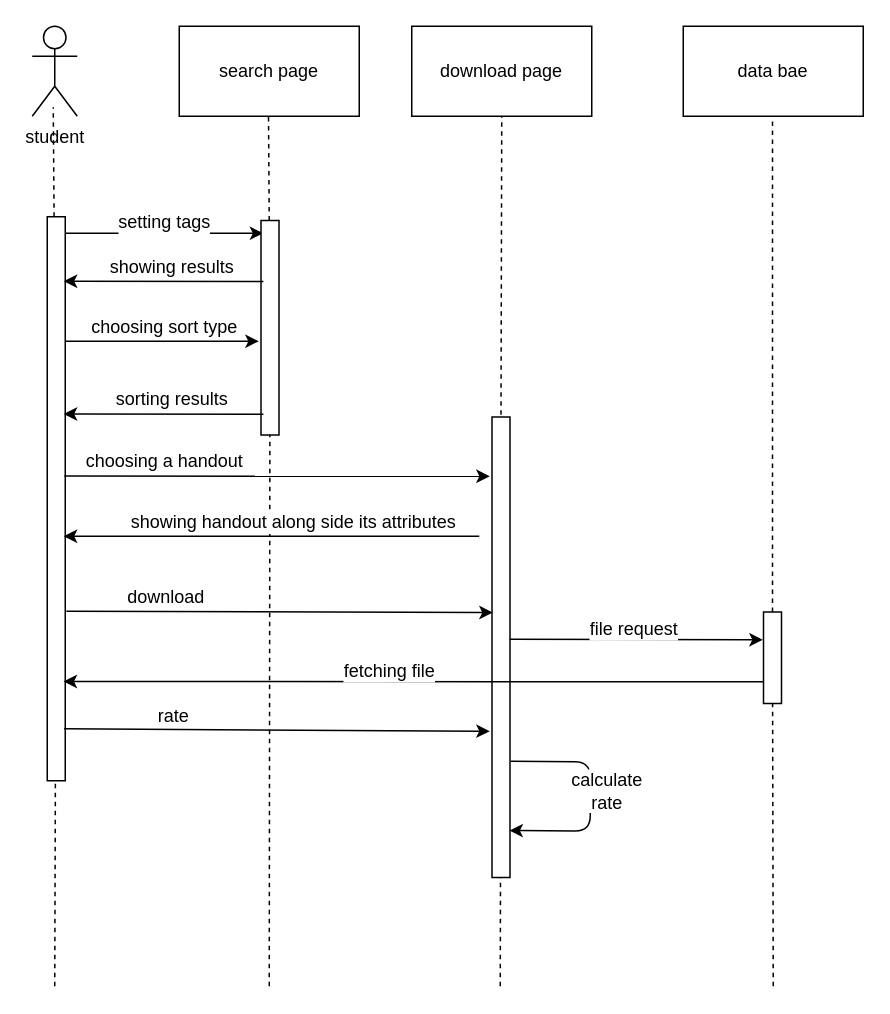
m-bassiri/HamyarApp keeps this draw.io diagram as sequence Diagram download handout.drawio. Above is the earlier version. Source tidied: cells renumbered, new cells numbered last; positions are measured from the earlier drawing's top-left corner, leaving out a move shared by most shapes. Both pictures are drawn from the tidied source at 150%, with x=0, y=0 at pixel (-226, 26).
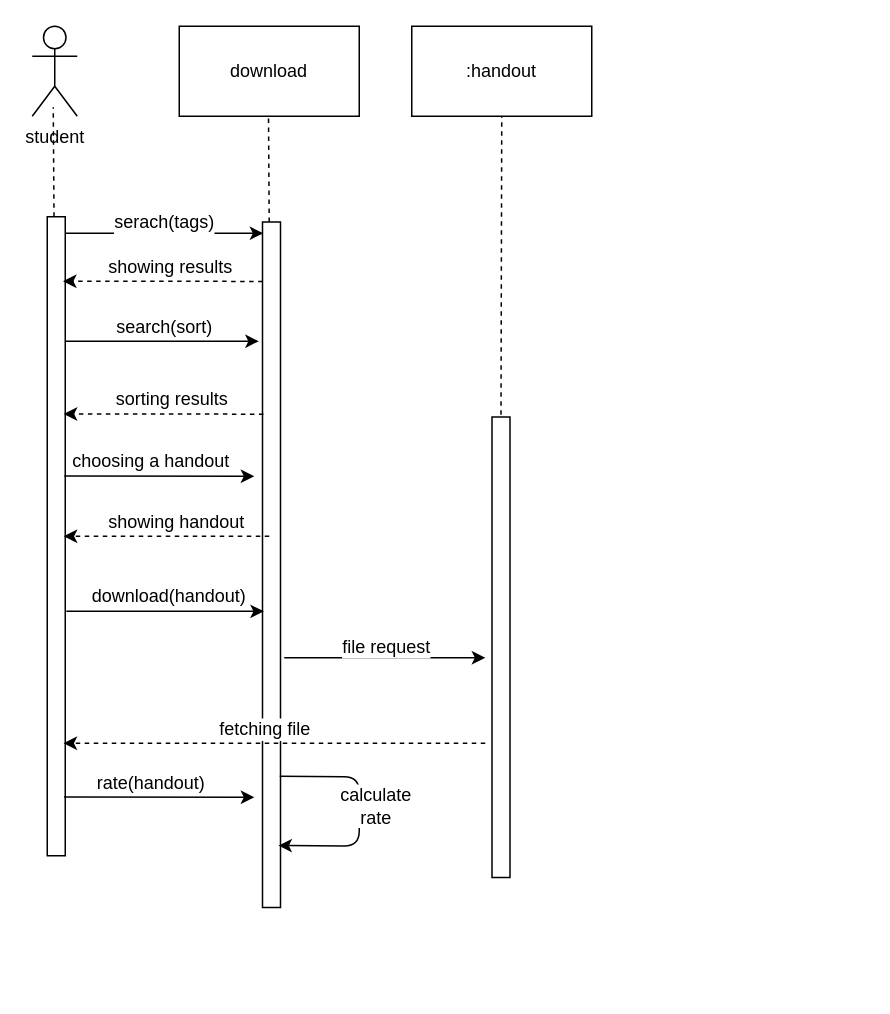
The same page after the edit.

The change refers to these unchanged cells:
```xml
<mxCell id="12" style="rounded=0;whiteSpace=wrap;html=1;rotation=-90;" parent="1" vertex="1">
  <mxGeometry x="331" y="408" width="307" height="12" as="geometry" />
</mxCell>
```

What changed in the source:
```diff
@@
-    <mxCell id="2" value="search page" style="rounded=0;whiteSpace=wrap;html=1;" parent="1" vertex="1">
-      <mxGeometry x="270" width="120" height="60" as="geometry" />
-    </mxCell>
+    <mxCell id="29" value="download" style="rounded=0;whiteSpace=wrap;html=1;" parent="1" vertex="1">
+      <mxGeometry x="270" width="120" height="60" as="geometry" />
+    </mxCell>
@@
-    <mxCell id="4" style="endArrow=none;dashed=1;html=1;" parent="1" edge="1" source="10">
-      <mxGeometry relative="1" as="geometry">
-        <mxPoint x="186" y="54" as="targetPoint" />
-      </mxGeometry>
-    </mxCell>
-    <mxCell id="5" style="endArrow=none;dashed=1;html=1;" parent="1" edge="1" source="14">
-      <mxGeometry relative="1" as="geometry">
-        <mxPoint x="329.5" y="60" as="targetPoint" />
-      </mxGeometry>
-    </mxCell>
-    <mxCell id="6" value="data bae" style="rounded=0;whiteSpace=wrap;html=1;" parent="1" vertex="1">
-      <mxGeometry x="606" width="120" height="60" as="geometry" />
-    </mxCell>
-    <mxCell id="7" style="endArrow=classic;html=1;" parent="1" edge="1">
-      <mxGeometry relative="1" as="geometry">
-        <mxPoint x="187" y="138" as="sourcePoint" />
-        <mxPoint x="326" y="138" as="targetPoint" />
-      </mxGeometry>
-    </mxCell>
-    <mxCell id="8" value="setting tags" style="text;html=1;align=center;verticalAlign=middle;labelBackgroundColor=#ffffff;" parent="7" vertex="1">
-      <mxGeometry x="-0.12" y="5" relative="1" as="geometry">
-        <mxPoint x="11.5" y="-3" as="offset" />
-      </mxGeometry>
-    </mxCell>
-    <mxCell id="9" style="endArrow=none;dashed=1;html=1;" parent="1" edge="1" source="34">
-      <mxGeometry relative="1" as="geometry">
-        <mxPoint x="665.5" y="60" as="targetPoint" />
-      </mxGeometry>
-    </mxCell>
-    <mxCell id="10" style="rounded=0;whiteSpace=wrap;html=1;rotation=-90;" parent="1" vertex="1">
-      <mxGeometry y="309" width="376" height="12" as="geometry" />
-    </mxCell>
-    <mxCell id="11" style="endArrow=none;dashed=1;html=1;" parent="1" edge="1" target="10">
-      <mxGeometry relative="1" as="geometry">
-        <mxPoint x="187" y="640" as="sourcePoint" />
-      </mxGeometry>
-    </mxCell>
+    <mxCell id="40" style="endArrow=none;dashed=1;html=1;" parent="1" edge="1" source="44">
+      <mxGeometry relative="1" as="geometry">
+        <mxPoint x="186" y="54" as="targetPoint" />
+      </mxGeometry>
+    </mxCell>
+    <mxCell id="41" style="endArrow=none;dashed=1;html=1;" parent="1" edge="1" source="45">
+      <mxGeometry relative="1" as="geometry">
+        <mxPoint x="329.5" y="60" as="targetPoint" />
+      </mxGeometry>
+    </mxCell>
+    <mxCell id="42" style="endArrow=classic;html=1;" parent="1" edge="1">
+      <mxGeometry relative="1" as="geometry">
+        <mxPoint x="187" y="138" as="sourcePoint" />
+        <mxPoint x="326" y="138" as="targetPoint" />
+      </mxGeometry>
+    </mxCell>
+    <mxCell id="43" value="serach(tags)" style="text;html=1;align=center;verticalAlign=middle;labelBackgroundColor=#ffffff;" parent="42" vertex="1">
+      <mxGeometry x="-0.12" y="5" relative="1" as="geometry">
+        <mxPoint x="11.5" y="-3" as="offset" />
+      </mxGeometry>
+    </mxCell>
+    <mxCell id="44" style="rounded=0;whiteSpace=wrap;html=1;rotation=-90;" parent="1" vertex="1">
+      <mxGeometry x="-25" y="334" width="426" height="12" as="geometry" />
+    </mxCell>
@@
-    <mxCell id="13" style="endArrow=none;dashed=1;html=1;" parent="1" edge="1" target="12">
-      <mxGeometry relative="1" as="geometry">
-        <mxPoint x="484" y="640" as="sourcePoint" />
-      </mxGeometry>
-    </mxCell>
-    <mxCell id="14" style="rounded=0;whiteSpace=wrap;html=1;rotation=-90;" parent="1" vertex="1">
-      <mxGeometry x="259" y="195" width="143" height="12" as="geometry" />
-    </mxCell>
-    <mxCell id="15" style="endArrow=none;dashed=1;html=1;" parent="1" edge="1" target="14">
-      <mxGeometry relative="1" as="geometry">
-        <mxPoint x="330" y="640" as="sourcePoint" />
-      </mxGeometry>
-    </mxCell>
-    <mxCell id="16" value="download page" style="rounded=0;whiteSpace=wrap;html=1;" parent="1" vertex="1">
-      <mxGeometry x="425" width="120" height="60" as="geometry" />
-    </mxCell>
-    <mxCell id="17" style="endArrow=classic;html=1;" parent="1" edge="1">
-      <mxGeometry relative="1" as="geometry">
-        <mxPoint x="194" y="210" as="sourcePoint" />
-        <mxPoint x="323" y="210" as="targetPoint" />
-      </mxGeometry>
-    </mxCell>
-    <mxCell id="18" value="choosing sort type" style="text;html=1;align=center;verticalAlign=middle;labelBackgroundColor=#ffffff;" parent="17" vertex="1">
-      <mxGeometry x="-0.12" y="5" relative="1" as="geometry">
-        <mxPoint x="8" y="-5" as="offset" />
-      </mxGeometry>
-    </mxCell>
-    <mxCell id="19" style="endArrow=classic;html=1;exitX=0.832;exitY=-0.083;exitDx=0;exitDy=0;exitPerimeter=0;" parent="1" edge="1">
-      <mxGeometry relative="1" as="geometry">
-        <mxPoint x="326.1" y="258.6" as="sourcePoint" />
-        <mxPoint x="193" y="258.5" as="targetPoint" />
-      </mxGeometry>
-    </mxCell>
+    <mxCell id="45" style="rounded=0;whiteSpace=wrap;html=1;rotation=-90;" parent="1" vertex="1">
+      <mxGeometry x="103" y="353" width="457" height="12" as="geometry" />
+    </mxCell>
+    <mxCell id="46" value=":handout" style="rounded=0;whiteSpace=wrap;html=1;" parent="1" vertex="1">
+      <mxGeometry x="425" width="120" height="60" as="geometry" />
+    </mxCell>
+    <mxCell id="47" style="endArrow=classic;html=1;" parent="1" edge="1">
+      <mxGeometry relative="1" as="geometry">
+        <mxPoint x="194" y="210" as="sourcePoint" />
+        <mxPoint x="323" y="210" as="targetPoint" />
+      </mxGeometry>
+    </mxCell>
+    <mxCell id="48" value="search(sort)" style="text;html=1;align=center;verticalAlign=middle;labelBackgroundColor=#ffffff;" parent="47" vertex="1">
+      <mxGeometry x="-0.12" y="5" relative="1" as="geometry">
+        <mxPoint x="8" y="-5" as="offset" />
+      </mxGeometry>
+    </mxCell>
+    <mxCell id="49" style="endArrow=classic;html=1;exitX=0.832;exitY=-0.083;exitDx=0;exitDy=0;exitPerimeter=0;dashed=1;" parent="1" edge="1">
+      <mxGeometry relative="1" as="geometry">
+        <mxPoint x="326.1" y="258.6" as="sourcePoint" />
+        <mxPoint x="193" y="258.5" as="targetPoint" />
+      </mxGeometry>
+    </mxCell>
-    <mxCell id="20" value="sorting results" style="text;html=1;align=center;verticalAlign=middle;labelBackgroundColor=#ffffff;" parent="19" vertex="1">
+    <mxCell id="20" value="sorting results" style="text;html=1;align=center;verticalAlign=middle;labelBackgroundColor=#ffffff;" parent="49" vertex="1">
       <mxGeometry x="-0.12" y="5" relative="1" as="geometry">
         <mxPoint x="-3" y="-15" as="offset" />
       </mxGeometry>
     </mxCell>
-    <mxCell id="21" style="endArrow=classic;html=1;exitX=0.832;exitY=-0.083;exitDx=0;exitDy=0;exitPerimeter=0;" parent="1" edge="1">
-      <mxGeometry relative="1" as="geometry">
-        <mxPoint x="326.1" y="170.1" as="sourcePoint" />
-        <mxPoint x="193" y="170" as="targetPoint" />
-      </mxGeometry>
-    </mxCell>
+    <mxCell id="50" style="endArrow=classic;html=1;exitX=0.832;exitY=-0.083;exitDx=0;exitDy=0;exitPerimeter=0;dashed=1;" parent="1" edge="1">
+      <mxGeometry relative="1" as="geometry">
+        <mxPoint x="325.6" y="170.1" as="sourcePoint" />
+        <mxPoint x="192.5" y="170" as="targetPoint" />
+      </mxGeometry>
+    </mxCell>
-    <mxCell id="22" value="showing results" style="text;html=1;align=center;verticalAlign=middle;labelBackgroundColor=#ffffff;" parent="21" vertex="1">
+    <mxCell id="22" value="showing results" style="text;html=1;align=center;verticalAlign=middle;labelBackgroundColor=#ffffff;" parent="50" vertex="1">
       <mxGeometry x="-0.12" y="5" relative="1" as="geometry">
         <mxPoint x="-3" y="-15" as="offset" />
       </mxGeometry>
     </mxCell>
-    <mxCell id="23" style="endArrow=classic;html=1;exitX=0.7;exitY=1.003;exitDx=0;exitDy=0;exitPerimeter=0;" parent="1" edge="1">
-      <mxGeometry relative="1" as="geometry">
-        <mxPoint x="193.4" y="299.9" as="sourcePoint" />
-        <mxPoint x="477" y="300" as="targetPoint" />
-      </mxGeometry>
-    </mxCell>
+    <mxCell id="51" style="endArrow=classic;html=1;exitX=0.7;exitY=1.003;exitDx=0;exitDy=0;exitPerimeter=0;" parent="1" edge="1">
+      <mxGeometry relative="1" as="geometry">
+        <mxPoint x="193.4" y="299.9" as="sourcePoint" />
+        <mxPoint x="320" y="300" as="targetPoint" />
+      </mxGeometry>
+    </mxCell>
-    <mxCell id="24" value="choosing a handout" style="text;html=1;align=center;verticalAlign=middle;labelBackgroundColor=#ffffff;" parent="23" vertex="1">
+    <mxCell id="24" value="choosing a handout" style="text;html=1;align=center;verticalAlign=middle;labelBackgroundColor=#ffffff;" parent="51" vertex="1">
       <mxGeometry x="-0.12" y="5" relative="1" as="geometry">
-        <mxPoint x="-59" y="-5" as="offset" />
+        <mxPoint x="1" y="-5" as="offset" />
       </mxGeometry>
     </mxCell>
-    <mxCell id="25" style="endArrow=none;dashed=1;html=1;entryX=0.5;entryY=1;entryDx=0;entryDy=0;" parent="1" edge="1" target="16">
-      <mxGeometry relative="1" as="geometry">
-        <mxPoint x="484.5" y="259" as="sourcePoint" />
-      </mxGeometry>
-    </mxCell>
-    <mxCell id="26" style="endArrow=classic;html=1;" parent="1" edge="1">
-      <mxGeometry relative="1" as="geometry">
-        <mxPoint x="470" y="340" as="sourcePoint" />
-        <mxPoint x="193" y="340" as="targetPoint" />
-      </mxGeometry>
-    </mxCell>
-    <mxCell id="27" value="showing handout along side its attributes" style="text;html=1;align=center;verticalAlign=middle;labelBackgroundColor=#ffffff;" parent="26" vertex="1">
-      <mxGeometry x="-0.12" y="5" relative="1" as="geometry">
-        <mxPoint x="-3" y="-15" as="offset" />
-      </mxGeometry>
-    </mxCell>
-    <mxCell id="28" style="endArrow=classic;html=1;entryX=0.48;entryY=-0.093;entryDx=0;entryDy=0;entryPerimeter=0;exitX=0.353;exitY=0.952;exitDx=0;exitDy=0;exitPerimeter=0;" parent="1" edge="1">
-      <mxGeometry relative="1" as="geometry">
-        <mxPoint x="194.7" y="390" as="sourcePoint" />
-        <mxPoint x="479" y="390.9" as="targetPoint" />
-      </mxGeometry>
-    </mxCell>
-    <mxCell id="29" value="download" style="text;html=1;align=center;verticalAlign=middle;labelBackgroundColor=#ffffff;" parent="28" vertex="1">
-      <mxGeometry x="-0.12" y="5" relative="1" as="geometry">
-        <mxPoint x="-59" y="-5" as="offset" />
-      </mxGeometry>
-    </mxCell>
-    <mxCell id="30" style="endArrow=classic;html=1;exitX=0.512;exitY=1.069;exitDx=0;exitDy=0;exitPerimeter=0;" parent="1" edge="1">
-      <mxGeometry relative="1" as="geometry">
-        <mxPoint x="490.2" y="408.6" as="sourcePoint" />
-        <mxPoint x="659" y="409" as="targetPoint" />
-      </mxGeometry>
-    </mxCell>
+    <mxCell id="52" style="endArrow=none;dashed=1;html=1;entryX=0.5;entryY=1;entryDx=0;entryDy=0;" parent="1" edge="1" target="46">
+      <mxGeometry relative="1" as="geometry">
+        <mxPoint x="484.5" y="259" as="sourcePoint" />
+      </mxGeometry>
+    </mxCell>
+    <mxCell id="53" style="endArrow=classic;html=1;dashed=1;" parent="1" edge="1">
+      <mxGeometry relative="1" as="geometry">
+        <mxPoint x="330" y="340" as="sourcePoint" />
+        <mxPoint x="193" y="340" as="targetPoint" />
+      </mxGeometry>
+    </mxCell>
+    <mxCell id="54" value="showing handout" style="text;html=1;align=center;verticalAlign=middle;labelBackgroundColor=#ffffff;" parent="53" vertex="1">
+      <mxGeometry x="-0.12" y="5" relative="1" as="geometry">
+        <mxPoint x="-3" y="-15" as="offset" />
+      </mxGeometry>
+    </mxCell>
+    <mxCell id="55" style="endArrow=classic;html=1;exitX=0.353;exitY=0.952;exitDx=0;exitDy=0;exitPerimeter=0;entryX=0.432;entryY=0.077;entryDx=0;entryDy=0;entryPerimeter=0;" parent="1" edge="1" target="45">
+      <mxGeometry relative="1" as="geometry">
+        <mxPoint x="194.7" y="390" as="sourcePoint" />
+      </mxGeometry>
+    </mxCell>
+    <mxCell id="56" value="download(handout)" style="text;html=1;align=center;verticalAlign=middle;labelBackgroundColor=#ffffff;" parent="55" vertex="1">
+      <mxGeometry x="-0.12" y="5" relative="1" as="geometry">
+        <mxPoint x="10" y="-5.5" as="offset" />
+      </mxGeometry>
+    </mxCell>
+    <mxCell id="57" style="endArrow=classic;html=1;" parent="1" edge="1">
+      <mxGeometry relative="1" as="geometry">
+        <mxPoint x="340" y="421" as="sourcePoint" />
+        <mxPoint x="474" y="421" as="targetPoint" />
+      </mxGeometry>
+    </mxCell>
-    <mxCell id="31" value="file request" style="text;html=1;align=center;verticalAlign=middle;labelBackgroundColor=#ffffff;" parent="30" vertex="1">
+    <mxCell id="31" value="file request" style="text;html=1;align=center;verticalAlign=middle;labelBackgroundColor=#ffffff;" parent="57" vertex="1">
       <mxGeometry x="-0.12" y="5" relative="1" as="geometry">
         <mxPoint x="8" y="-2.5" as="offset" />
       </mxGeometry>
     </mxCell>
-    <mxCell id="32" style="endArrow=classic;html=1;entryX=0.176;entryY=0.907;entryDx=0;entryDy=0;entryPerimeter=0;" parent="1" edge="1" target="10">
-      <mxGeometry relative="1" as="geometry">
-        <mxPoint x="660" y="437" as="sourcePoint" />
-      </mxGeometry>
-    </mxCell>
+    <mxCell id="58" style="endArrow=classic;html=1;entryX=0.176;entryY=0.907;entryDx=0;entryDy=0;entryPerimeter=0;dashed=1;" parent="1" edge="1" target="44">
+      <mxGeometry relative="1" as="geometry">
+        <mxPoint x="474" y="478" as="sourcePoint" />
+      </mxGeometry>
+    </mxCell>
-    <mxCell id="33" value="fetching file " style="text;html=1;align=center;verticalAlign=middle;labelBackgroundColor=#ffffff;" parent="32" vertex="1">
+    <mxCell id="33" value="fetching file " style="text;html=1;align=center;verticalAlign=middle;labelBackgroundColor=#ffffff;" parent="58" vertex="1">
       <mxGeometry x="-0.12" y="5" relative="1" as="geometry">
-        <mxPoint x="-44" y="-12" as="offset" />
+        <mxPoint x="-24" y="-15" as="offset" />
       </mxGeometry>
     </mxCell>
-    <mxCell id="34" style="rounded=0;whiteSpace=wrap;html=1;rotation=-90;" parent="1" vertex="1">
-      <mxGeometry x="635" y="415" width="61" height="12" as="geometry" />
-    </mxCell>
-    <mxCell id="35" style="endArrow=none;dashed=1;html=1;" parent="1" edge="1" target="34">
-      <mxGeometry relative="1" as="geometry">
-        <mxPoint x="666" y="640" as="sourcePoint" />
-      </mxGeometry>
-    </mxCell>
-    <mxCell id="36" style="endArrow=classic;html=1;exitX=0.092;exitY=0.937;exitDx=0;exitDy=0;exitPerimeter=0;" parent="1" edge="1" source="10">
-      <mxGeometry relative="1" as="geometry">
-        <mxPoint x="477" y="470" as="targetPoint" />
-      </mxGeometry>
-    </mxCell>
-    <mxCell id="37" value="rate" style="text;html=1;align=center;verticalAlign=middle;labelBackgroundColor=#ffffff;" parent="36" vertex="1">
-      <mxGeometry x="-0.12" y="5" relative="1" as="geometry">
-        <mxPoint x="-53" y="-5" as="offset" />
-      </mxGeometry>
-    </mxCell>
-    <mxCell id="38" style="endArrow=classic;html=1;entryX=0.044;entryY=0.958;entryDx=0;entryDy=0;entryPerimeter=0;exitX=0.153;exitY=1.03;exitDx=0;exitDy=0;exitPerimeter=0;" parent="1" edge="1">
-      <mxGeometry relative="1" as="geometry">
-        <mxPoint x="491" y="490" as="sourcePoint" />
-        <mxPoint x="490.1" y="536.2" as="targetPoint" />
-        <Array as="points">
-          <mxPoint x="544" y="490.5" />
-          <mxPoint x="544" y="536.5" />
-        </Array>
-      </mxGeometry>
-    </mxCell>
+    <mxCell id="59" style="endArrow=classic;html=1;exitX=0.092;exitY=0.937;exitDx=0;exitDy=0;exitPerimeter=0;" parent="1" edge="1" source="44">
+      <mxGeometry relative="1" as="geometry">
+        <mxPoint x="320" y="514" as="targetPoint" />
+      </mxGeometry>
+    </mxCell>
+    <mxCell id="60" value="rate(handout)" style="text;html=1;align=center;verticalAlign=middle;labelBackgroundColor=#ffffff;" parent="59" vertex="1">
+      <mxGeometry x="-0.12" y="5" relative="1" as="geometry">
+        <mxPoint x="1" y="-4" as="offset" />
+      </mxGeometry>
+    </mxCell>
+    <mxCell id="61" style="endArrow=classic;html=1;entryX=0.044;entryY=0.958;entryDx=0;entryDy=0;entryPerimeter=0;exitX=0.153;exitY=1.03;exitDx=0;exitDy=0;exitPerimeter=0;" parent="1" edge="1">
+      <mxGeometry relative="1" as="geometry">
+        <mxPoint x="337" y="500" as="sourcePoint" />
+        <mxPoint x="336.1" y="546.2" as="targetPoint" />
+        <Array as="points">
+          <mxPoint x="390" y="500.5" />
+          <mxPoint x="390" y="546.5" />
+        </Array>
+      </mxGeometry>
+    </mxCell>
-    <mxCell id="39" value="calculate &lt;br&gt;rate" style="text;html=1;align=center;verticalAlign=middle;labelBackgroundColor=#ffffff;" parent="38" vertex="1">
+    <mxCell id="39" value="calculate &lt;br&gt;rate" style="text;html=1;align=center;verticalAlign=middle;labelBackgroundColor=#ffffff;" parent="61" vertex="1">
       <mxGeometry x="-0.12" y="5" relative="1" as="geometry">
         <mxPoint x="5" y="5.5" as="offset" />
       </mxGeometry>
     </mxCell>
```
